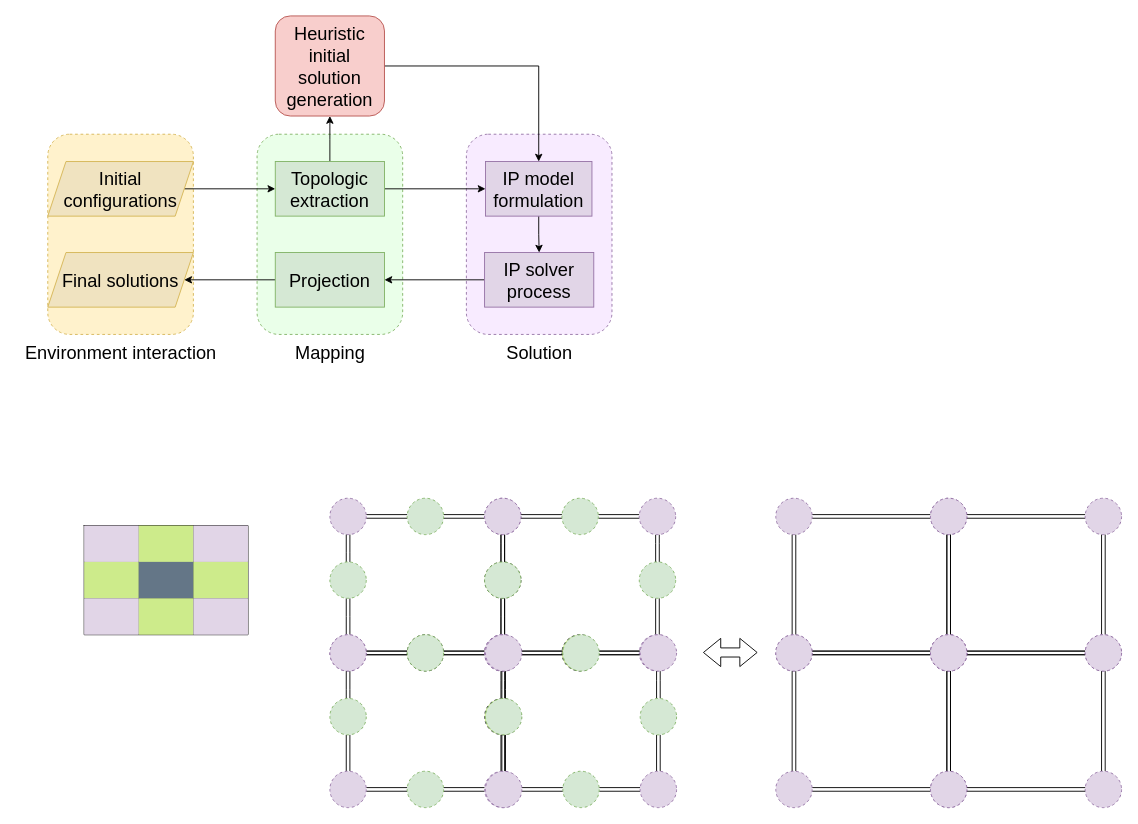
Earlier version of the draw.io diagram OWIP.drawio (HUOJIAXI/A-high-efficient-and-collision-free-algorithm-for-multi-robot-path-planning-in-narrow-passage-env). Source tidied: cells renumbered, new cells numbered last; positions are measured from the earlier drawing's top-left corner, leaving out a move shared by most shapes. Both pictures are drawn from the tidied source at 91%, with x=0, y=0 at pixel (15, 15).
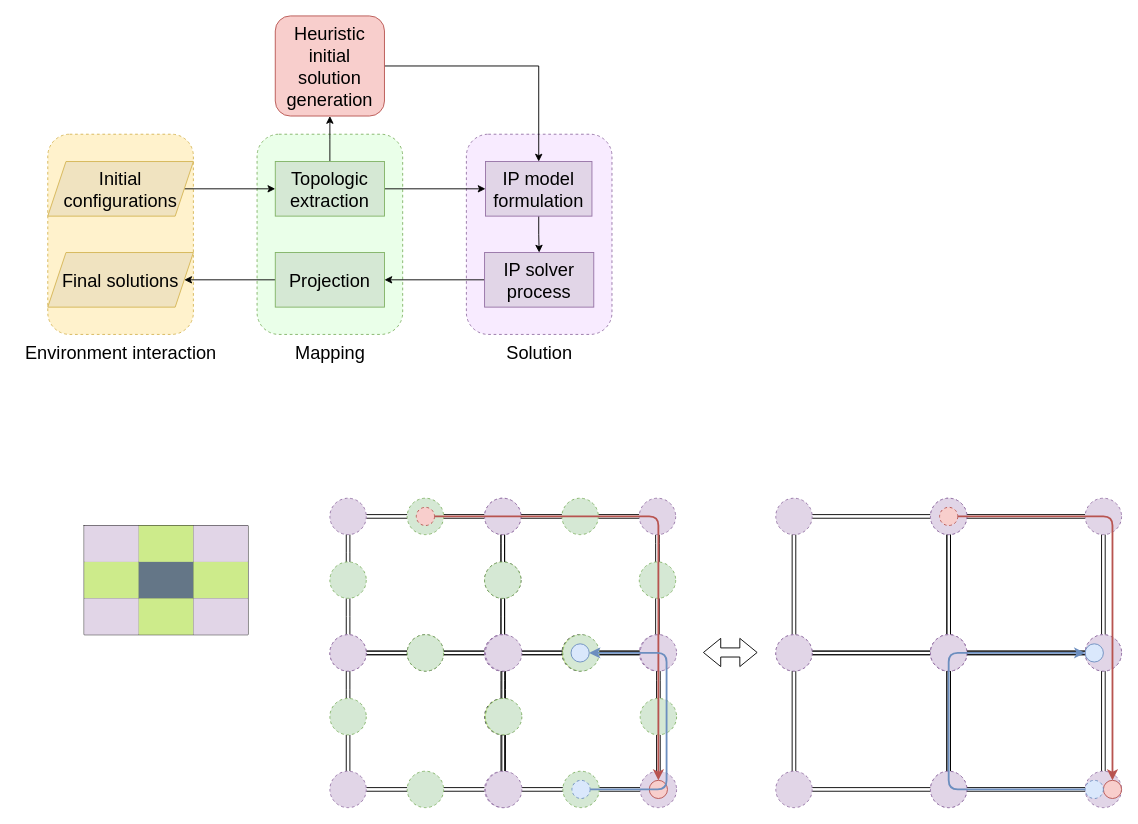
The same page after the edit.

The edit, as a diff of the source:
```diff
@@
+    <mxCell id="132" style="ellipse;whiteSpace=wrap;html=1;fillColor=#f8cecc;strokeColor=#b85450;dashed=1;" parent="1" vertex="1">
+      <mxGeometry x="440" y="540" width="20" height="20" as="geometry" />
+    </mxCell>
+    <mxCell id="133" style="ellipse;whiteSpace=wrap;html=1;fillColor=#f8cecc;strokeColor=#b85450;" parent="1" vertex="1">
+      <mxGeometry x="696" y="840" width="20" height="20" as="geometry" />
+    </mxCell>
+    <mxCell id="134" style="endArrow=classic;html=1;exitX=1;exitY=0.5;exitDx=0;exitDy=0;entryX=0.5;entryY=0;entryDx=0;entryDy=0;fillColor=#f8cecc;strokeColor=#b85450;strokeWidth=2;" parent="1" edge="1" source="132" target="133">
+      <mxGeometry relative="1" as="geometry">
+        <Array as="points">
+          <mxPoint x="706" y="550" />
+        </Array>
+      </mxGeometry>
+    </mxCell>
+    <mxCell id="135" style="ellipse;whiteSpace=wrap;html=1;fillColor=#dae8fc;strokeColor=#6c8ebf;dashed=1;" parent="1" vertex="1">
+      <mxGeometry x="611" y="840" width="20" height="20" as="geometry" />
+    </mxCell>
+    <mxCell id="136" style="ellipse;whiteSpace=wrap;html=1;fillColor=#dae8fc;strokeColor=#6c8ebf;" parent="1" vertex="1">
+      <mxGeometry x="610" y="690" width="20" height="20" as="geometry" />
+    </mxCell>
+    <mxCell id="137" style="endArrow=classic;html=1;strokeWidth=2;exitX=1;exitY=0.5;exitDx=0;exitDy=0;entryX=1;entryY=0.5;entryDx=0;entryDy=0;strokeColor=#6c8ebf;fillColor=#dae8fc;" parent="1" edge="1" source="135" target="136">
+      <mxGeometry relative="1" as="geometry">
+        <Array as="points">
+          <mxPoint x="715" y="850" />
+          <mxPoint x="715" y="700" />
+        </Array>
+      </mxGeometry>
+    </mxCell>
+    <mxCell id="138" style="ellipse;whiteSpace=wrap;html=1;fillColor=#f8cecc;strokeColor=#b85450;dashed=1;" parent="1" vertex="1">
+      <mxGeometry x="1015" y="540" width="20" height="20" as="geometry" />
+    </mxCell>
+    <mxCell id="139" style="ellipse;whiteSpace=wrap;html=1;fillColor=#f8cecc;strokeColor=#b85450;" parent="1" vertex="1">
+      <mxGeometry x="1195" y="840" width="20" height="20" as="geometry" />
+    </mxCell>
+    <mxCell id="140" style="endArrow=classic;html=1;strokeColor=#b85450;strokeWidth=2;exitX=1;exitY=0.5;exitDx=0;exitDy=0;entryX=0.5;entryY=0;entryDx=0;entryDy=0;fillColor=#f8cecc;" parent="1" edge="1" source="138" target="139">
+      <mxGeometry relative="1" as="geometry">
+        <Array as="points">
+          <mxPoint x="1205" y="550" />
+        </Array>
+      </mxGeometry>
+    </mxCell>
+    <mxCell id="141" style="ellipse;whiteSpace=wrap;html=1;fillColor=#dae8fc;strokeColor=#6c8ebf;" parent="1" vertex="1">
+      <mxGeometry x="1175" y="690" width="20" height="20" as="geometry" />
+    </mxCell>
+    <mxCell id="142" style="edgeStyle=orthogonalEdgeStyle;rounded=1;jettySize=auto;html=1;strokeColor=#6c8ebf;strokeWidth=2;fillColor=#dae8fc;" parent="1" edge="1" source="143" target="141">
+      <mxGeometry relative="1" as="geometry">
+        <Array as="points">
+          <mxPoint x="1025" y="850" />
+          <mxPoint x="1025" y="700" />
+        </Array>
+      </mxGeometry>
+    </mxCell>
+    <mxCell id="143" style="ellipse;whiteSpace=wrap;html=1;fillColor=#dae8fc;strokeColor=#6c8ebf;dashed=1;" parent="1" vertex="1">
+      <mxGeometry x="1175" y="840" width="20" height="20" as="geometry" />
+    </mxCell>
```
